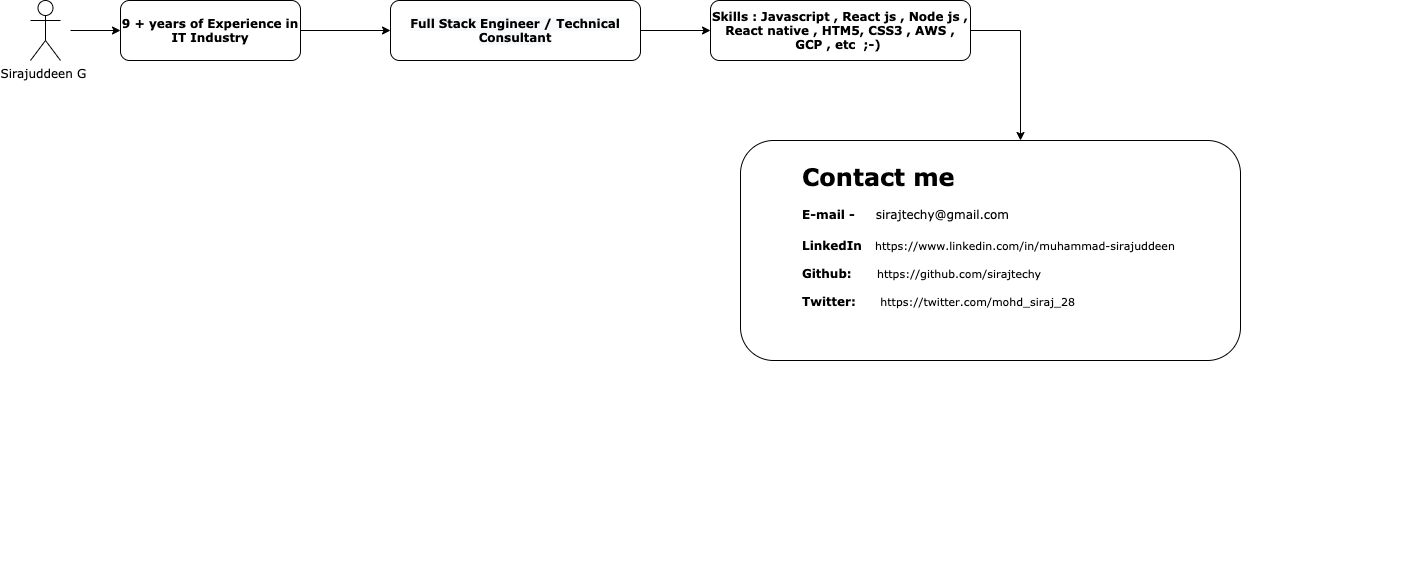
This is Mobile-Development/Developer-Playbook/author-intro.drawio.png from sirajtechy/ITET-Learning, a draw.io export, as it was before one commit. Source tidied: cells renumbered, new cells last; positions are measured from the earlier drawing's top-left corner, leaving out a move shared by most shapes.
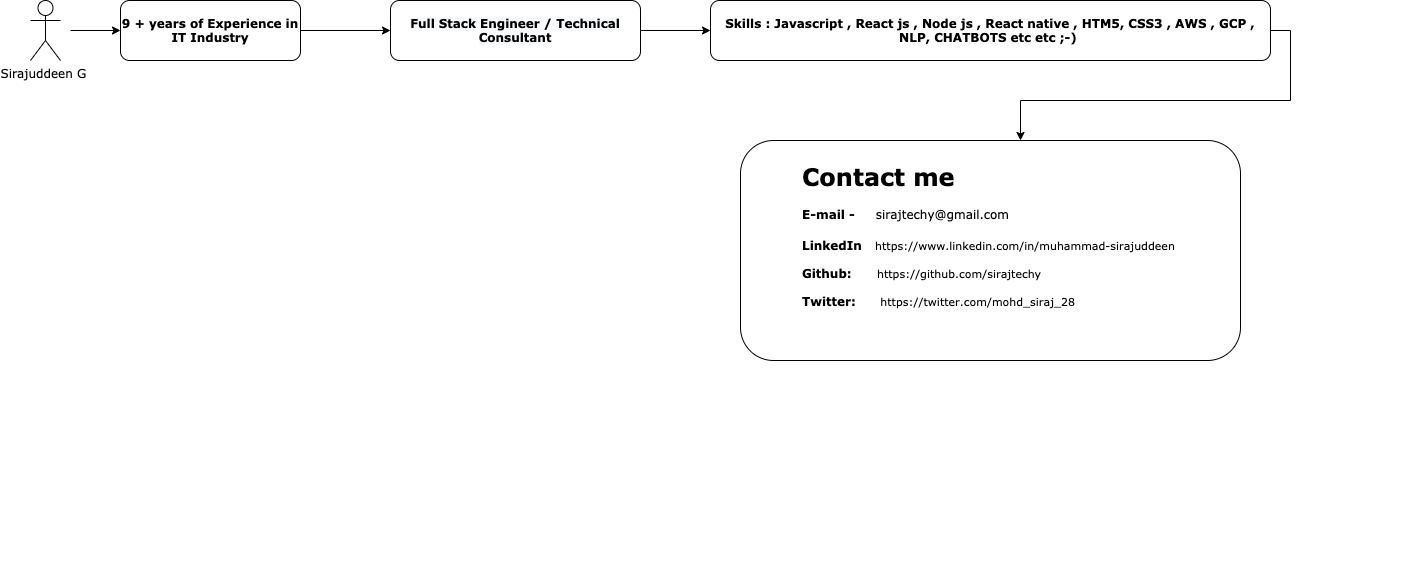
After the change.

Commit message:
Update author-intro.drawio.png with extra skills

The edit, as a diff of the source:
```diff
@@ -28,8 +28,8 @@
         <mxPoint x="990" y="140" as="targetPoint" />
       </mxGeometry>
     </mxCell>
-    <mxCell id="9" value="&lt;b&gt;&lt;font face=&quot;Verdana&quot;&gt;Skills : Javascript , React js , Node js , React native , HTM5, CSS3 , AWS , GCP , etc&amp;nbsp; ;-)&amp;nbsp;&lt;/font&gt;&lt;/b&gt;" style="rounded=1;whiteSpace=wrap;html=1;" parent="1" vertex="1">
-      <mxGeometry x="680" width="260" height="60" as="geometry" />
+    <mxCell id="9" value="&lt;b&gt;&lt;font face=&quot;Verdana&quot;&gt;Skills : Javascript , React js , Node js , React native , HTM5, CSS3 , AWS , GCP , NLP, CHATBOTS etc etc ;-)&amp;nbsp;&lt;/font&gt;&lt;/b&gt;" style="rounded=1;whiteSpace=wrap;html=1;" parent="1" vertex="1">
+      <mxGeometry x="680" width="560" height="60" as="geometry" />
     </mxCell>
     <mxCell id="10" value="&lt;h1&gt;&lt;br&gt;&lt;/h1&gt;" style="text;html=1;strokeColor=none;fillColor=none;spacing=5;spacingTop=-20;whiteSpace=wrap;overflow=hidden;rounded=0;" parent="1" vertex="1">
       <mxGeometry x="880" y="420" width="490" height="158" as="geometry" />
```
